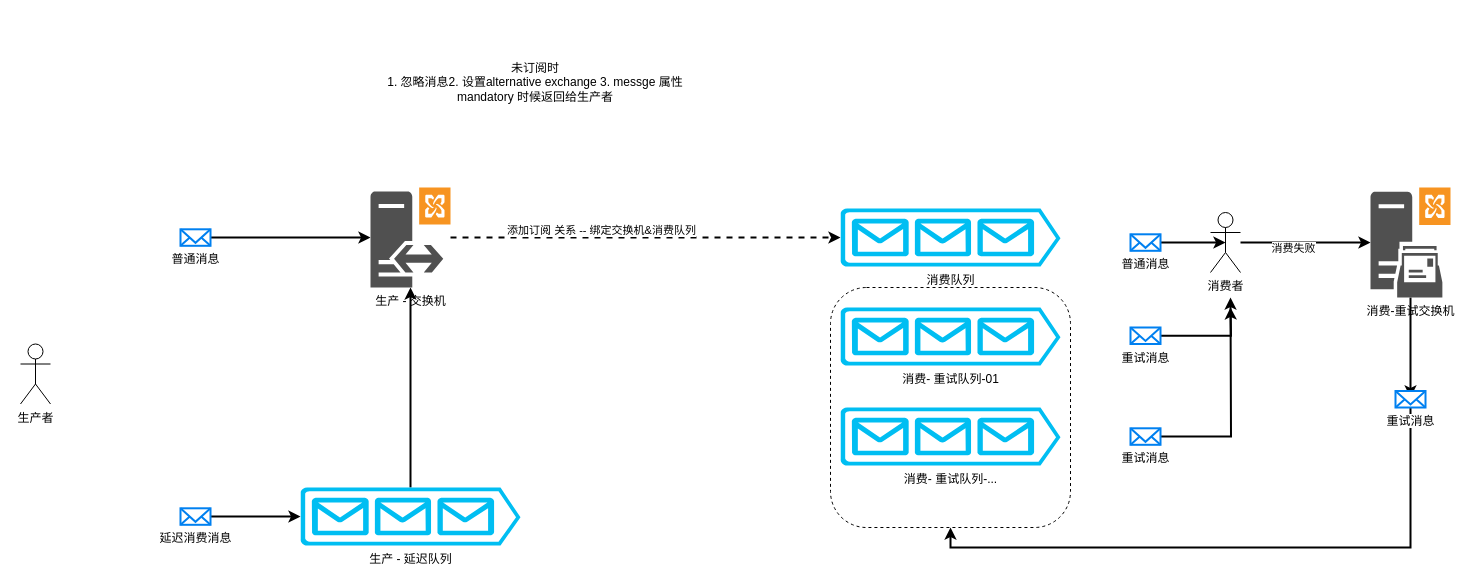
Earlier version of the draw.io diagram 消息中心示意图.drawio (stern-hcg/draw.io). Source tidied: cells renumbered, new cells numbered last; positions are measured from the earlier drawing's top-left corner, leaving out a move shared by most shapes. Both pictures are drawn from the tidied source at 100%, with x=0, y=0 at pixel (20, 17).
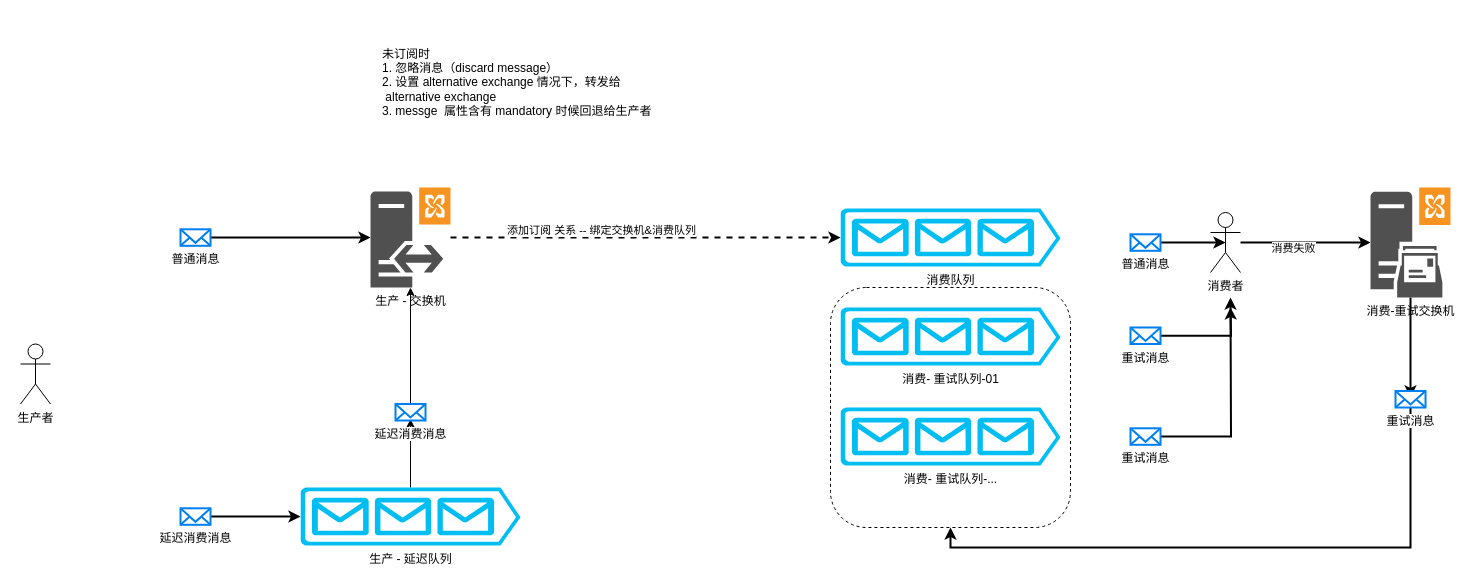
After the change.

Commit message:
Update 消息中心示意图.drawio

Unchanged cells that the change refers to:
```xml
<mxCell id="7" value="生产 - 交换机" style="shadow=0;dashed=0;html=1;strokeColor=none;fillColor=#505050;labelPosition=center;verticalLabelPosition=bottom;verticalAlign=top;outlineConnect=0;align=center;shape=mxgraph.office.servers.exchange_edge_transport_server_role;" parent="1" vertex="1">
  <mxGeometry x="350" y="170" width="80" height="100" as="geometry" />
</mxCell>
<mxCell id="9" value="生产 - 延迟队列" style="verticalLabelPosition=bottom;html=1;verticalAlign=top;align=center;strokeColor=none;fillColor=#00BEF2;shape=mxgraph.azure.queue_generic;" parent="1" vertex="1">
  <mxGeometry x="280" y="470" width="220" height="58" as="geometry" />
</mxCell>
```

The edit, as a diff of the source:
```diff
@@
-    <mxCell id="8" style="edgeStyle=orthogonalEdgeStyle;rounded=0;jettySize=auto;html=1;strokeWidth=2;" parent="1" edge="1" source="9" target="7">
-      <mxGeometry relative="1" as="geometry" />
-    </mxCell>
+    <mxCell id="30" style="edgeStyle=orthogonalEdgeStyle;rounded=0;jettySize=auto;html=1;entryX=0.5;entryY=0.909;entryDx=0;entryDy=0;entryPerimeter=0;" parent="1" edge="1" source="9" target="32">
+      <mxGeometry relative="1" as="geometry" />
+    </mxCell>
@@
-    <mxCell id="29" value="未订阅时&lt;br&gt;1. 忽略消息2. 设置alternative exchange 3. messge 属性 mandatory 时候返回给生产者" style="text;html=1;strokeColor=none;fillColor=none;align=center;verticalAlign=middle;whiteSpace=wrap;rounded=0;" parent="1" vertex="1">
+    <mxCell id="29" value="&lt;div&gt;&lt;span&gt;未订阅时&lt;/span&gt;&lt;/div&gt;1. 忽略消息（discard message）&lt;br&gt;&lt;div&gt;&lt;span&gt;2. 设置 alternative exchange 情况下，转发给&amp;nbsp;&amp;nbsp;&lt;/span&gt;&lt;/div&gt;&amp;nbsp;alternative exchange&lt;div&gt;&lt;span&gt;3. messge&amp;nbsp; 属性含有 mandatory 时候回退给生产者&lt;/span&gt;&lt;/div&gt;" style="text;html=1;strokeColor=none;fillColor=none;align=left;verticalAlign=middle;whiteSpace=wrap;rounded=0;" parent="1" vertex="1">
       <mxGeometry x="360" width="310" height="130" as="geometry" />
     </mxCell>
+    <mxCell id="31" style="edgeStyle=orthogonalEdgeStyle;rounded=0;jettySize=auto;html=1;" parent="1" edge="1" source="32" target="7">
+      <mxGeometry relative="1" as="geometry" />
+    </mxCell>
+    <mxCell id="32" value="延迟消费消息" style="html=1;verticalLabelPosition=bottom;align=center;labelBackgroundColor=#ffffff;verticalAlign=top;strokeWidth=2;strokeColor=#0080F0;shadow=0;dashed=0;shape=mxgraph.ios7.icons.mail;" parent="1" vertex="1">
+      <mxGeometry x="375" y="386.5" width="30" height="16.5" as="geometry" />
+    </mxCell>
```
